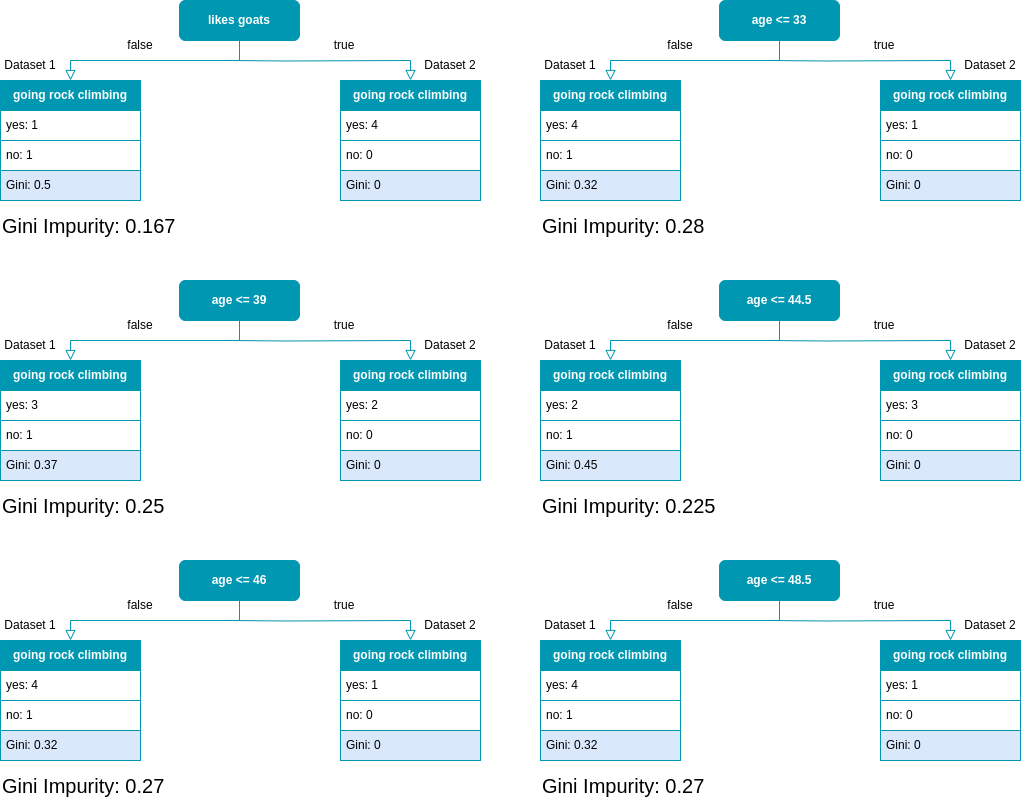
froukje/datamapu keeps this draw.io diagram as static/images/decision_tree/dt_classification_second_split_all.drawio.png. Above is the earlier version. Source tidied: cells renumbered, new cells last; positions are measured from the earlier drawing's top-left corner, leaving out a move shared by most shapes.
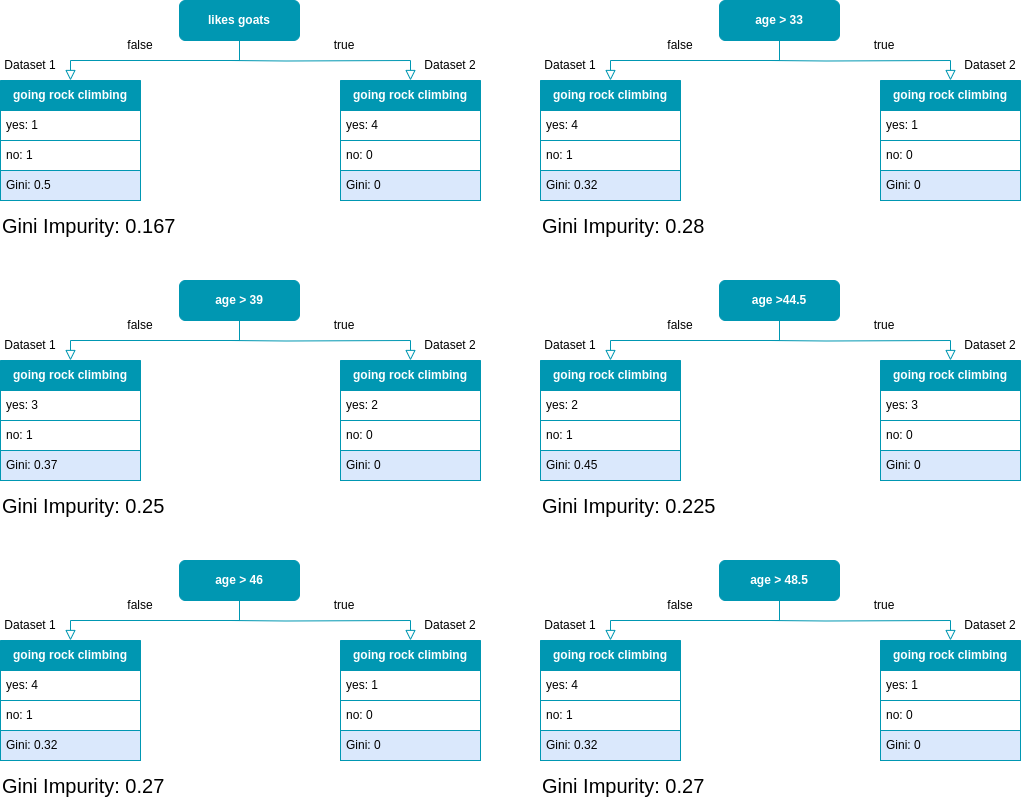
The same file after the commit.

Change to the diagram source:
```diff
@@ -55,7 +55,7 @@
     <mxCell id="18" style="rounded=0;html=1;jettySize=auto;fontSize=11;endArrow=block;endFill=0;endSize=8;strokeWidth=1;shadow=0;labelBackgroundColor=none;edgeStyle=orthogonalEdgeStyle;entryX=0.5;entryY=0;entryDx=0;entryDy=0;exitX=0.5;exitY=1;exitDx=0;exitDy=0;strokeColor=#0097B2;" parent="1" edge="1" source="19" target="20">
       <mxGeometry relative="1" as="geometry" />
     </mxCell>
-    <mxCell id="19" value="&lt;font color=&quot;#ffffff&quot;&gt;&lt;b&gt;age &amp;lt;= 33&lt;/b&gt;&lt;/font&gt;" style="rounded=1;whiteSpace=wrap;html=1;fontSize=12;glass=0;strokeWidth=1;shadow=0;fillColor=#0097B2;strokeColor=#0097B2;" parent="1" vertex="1">
+    <mxCell id="19" value="&lt;font color=&quot;#ffffff&quot;&gt;&lt;b&gt;age &amp;gt; 33&lt;/b&gt;&lt;/font&gt;" style="rounded=1;whiteSpace=wrap;html=1;fontSize=12;glass=0;strokeWidth=1;shadow=0;fillColor=#0097B2;strokeColor=#0097B2;" parent="1" vertex="1">
       <mxGeometry x="719" width="120" height="40" as="geometry" />
     </mxCell>
     <mxCell id="20" value="&lt;font color=&quot;#ffffff&quot;&gt;&lt;b&gt;going rock climbing&lt;/b&gt;&lt;/font&gt;" style="swimlane;fontStyle=0;horizontal=1;startSize=30;whiteSpace=wrap;html=1;fillColor=#0097B2;strokeColor=#0097B2;" parent="1" vertex="1">
@@ -105,7 +105,7 @@
     <mxCell id="34" style="rounded=0;html=1;jettySize=auto;fontSize=11;endArrow=block;endFill=0;endSize=8;strokeWidth=1;shadow=0;labelBackgroundColor=none;edgeStyle=orthogonalEdgeStyle;entryX=0.5;entryY=0;entryDx=0;entryDy=0;exitX=0.5;exitY=1;exitDx=0;exitDy=0;strokeColor=#0097B2;" parent="1" edge="1" source="35" target="36">
       <mxGeometry relative="1" as="geometry" />
     </mxCell>
-    <mxCell id="35" value="&lt;font color=&quot;#ffffff&quot;&gt;&lt;b&gt;age &amp;lt;= 39&lt;/b&gt;&lt;/font&gt;" style="rounded=1;whiteSpace=wrap;html=1;fontSize=12;glass=0;strokeWidth=1;shadow=0;fillColor=#0097B2;strokeColor=#0097B2;" parent="1" vertex="1">
+    <mxCell id="35" value="&lt;font color=&quot;#ffffff&quot;&gt;&lt;b&gt;age &amp;gt; 39&lt;/b&gt;&lt;/font&gt;" style="rounded=1;whiteSpace=wrap;html=1;fontSize=12;glass=0;strokeWidth=1;shadow=0;fillColor=#0097B2;strokeColor=#0097B2;" parent="1" vertex="1">
       <mxGeometry x="179" y="280" width="120" height="40" as="geometry" />
     </mxCell>
     <mxCell id="36" value="&lt;font color=&quot;#ffffff&quot;&gt;&lt;b&gt;going rock climbing&lt;/b&gt;&lt;/font&gt;" style="swimlane;fontStyle=0;horizontal=1;startSize=30;whiteSpace=wrap;html=1;fillColor=#0097B2;strokeColor=#0097B2;" parent="1" vertex="1">
@@ -155,7 +155,7 @@
     <mxCell id="50" style="rounded=0;html=1;jettySize=auto;fontSize=11;endArrow=block;endFill=0;endSize=8;strokeWidth=1;shadow=0;labelBackgroundColor=none;edgeStyle=orthogonalEdgeStyle;entryX=0.5;entryY=0;entryDx=0;entryDy=0;exitX=0.5;exitY=1;exitDx=0;exitDy=0;strokeColor=#0097B2;" parent="1" edge="1" source="51" target="52">
       <mxGeometry relative="1" as="geometry" />
     </mxCell>
-    <mxCell id="51" value="&lt;font color=&quot;#ffffff&quot;&gt;&lt;b&gt;age &amp;lt;= 44.5&lt;/b&gt;&lt;/font&gt;" style="rounded=1;whiteSpace=wrap;html=1;fontSize=12;glass=0;strokeWidth=1;shadow=0;fillColor=#0097B2;strokeColor=#0097B2;" parent="1" vertex="1">
+    <mxCell id="51" value="&lt;font color=&quot;#ffffff&quot;&gt;&lt;b&gt;age &amp;gt;44.5&lt;/b&gt;&lt;/font&gt;" style="rounded=1;whiteSpace=wrap;html=1;fontSize=12;glass=0;strokeWidth=1;shadow=0;fillColor=#0097B2;strokeColor=#0097B2;" parent="1" vertex="1">
       <mxGeometry x="719" y="280" width="120" height="40" as="geometry" />
     </mxCell>
     <mxCell id="52" value="&lt;font color=&quot;#ffffff&quot;&gt;&lt;b&gt;going rock climbing&lt;/b&gt;&lt;/font&gt;" style="swimlane;fontStyle=0;horizontal=1;startSize=30;whiteSpace=wrap;html=1;fillColor=#0097B2;strokeColor=#0097B2;" parent="1" vertex="1">
@@ -205,7 +205,7 @@
     <mxCell id="66" style="rounded=0;html=1;jettySize=auto;fontSize=11;endArrow=block;endFill=0;endSize=8;strokeWidth=1;shadow=0;labelBackgroundColor=none;edgeStyle=orthogonalEdgeStyle;entryX=0.5;entryY=0;entryDx=0;entryDy=0;exitX=0.5;exitY=1;exitDx=0;exitDy=0;strokeColor=#0097B2;" parent="1" edge="1" source="67" target="68">
       <mxGeometry relative="1" as="geometry" />
     </mxCell>
-    <mxCell id="67" value="&lt;font color=&quot;#ffffff&quot;&gt;&lt;b&gt;age &amp;lt;= 46&lt;/b&gt;&lt;/font&gt;" style="rounded=1;whiteSpace=wrap;html=1;fontSize=12;glass=0;strokeWidth=1;shadow=0;fillColor=#0097B2;strokeColor=#0097B2;" parent="1" vertex="1">
+    <mxCell id="67" value="&lt;font color=&quot;#ffffff&quot;&gt;&lt;b&gt;age &amp;gt; 46&lt;/b&gt;&lt;/font&gt;" style="rounded=1;whiteSpace=wrap;html=1;fontSize=12;glass=0;strokeWidth=1;shadow=0;fillColor=#0097B2;strokeColor=#0097B2;" parent="1" vertex="1">
       <mxGeometry x="179" y="560" width="120" height="40" as="geometry" />
     </mxCell>
     <mxCell id="68" value="&lt;font color=&quot;#ffffff&quot;&gt;&lt;b&gt;going rock climbing&lt;/b&gt;&lt;/font&gt;" style="swimlane;fontStyle=0;horizontal=1;startSize=30;whiteSpace=wrap;html=1;fillColor=#0097B2;strokeColor=#0097B2;" parent="1" vertex="1">
@@ -255,7 +255,7 @@
     <mxCell id="82" style="rounded=0;html=1;jettySize=auto;fontSize=11;endArrow=block;endFill=0;endSize=8;strokeWidth=1;shadow=0;labelBackgroundColor=none;edgeStyle=orthogonalEdgeStyle;entryX=0.5;entryY=0;entryDx=0;entryDy=0;exitX=0.5;exitY=1;exitDx=0;exitDy=0;strokeColor=#0097B2;" parent="1" edge="1" source="83" target="84">
       <mxGeometry relative="1" as="geometry" />
     </mxCell>
-    <mxCell id="83" value="&lt;font color=&quot;#ffffff&quot;&gt;&lt;b&gt;age &amp;lt;= 48.5&lt;/b&gt;&lt;/font&gt;" style="rounded=1;whiteSpace=wrap;html=1;fontSize=12;glass=0;strokeWidth=1;shadow=0;fillColor=#0097B2;strokeColor=#0097B2;" parent="1" vertex="1">
+    <mxCell id="83" value="&lt;font color=&quot;#ffffff&quot;&gt;&lt;b&gt;age &amp;gt; 48.5&lt;/b&gt;&lt;/font&gt;" style="rounded=1;whiteSpace=wrap;html=1;fontSize=12;glass=0;strokeWidth=1;shadow=0;fillColor=#0097B2;strokeColor=#0097B2;" parent="1" vertex="1">
       <mxGeometry x="719" y="560" width="120" height="40" as="geometry" />
     </mxCell>
     <mxCell id="84" value="&lt;font color=&quot;#ffffff&quot;&gt;&lt;b&gt;going rock climbing&lt;/b&gt;&lt;/font&gt;" style="swimlane;fontStyle=0;horizontal=1;startSize=30;whiteSpace=wrap;html=1;fillColor=#0097B2;strokeColor=#0097B2;" parent="1" vertex="1">
```
